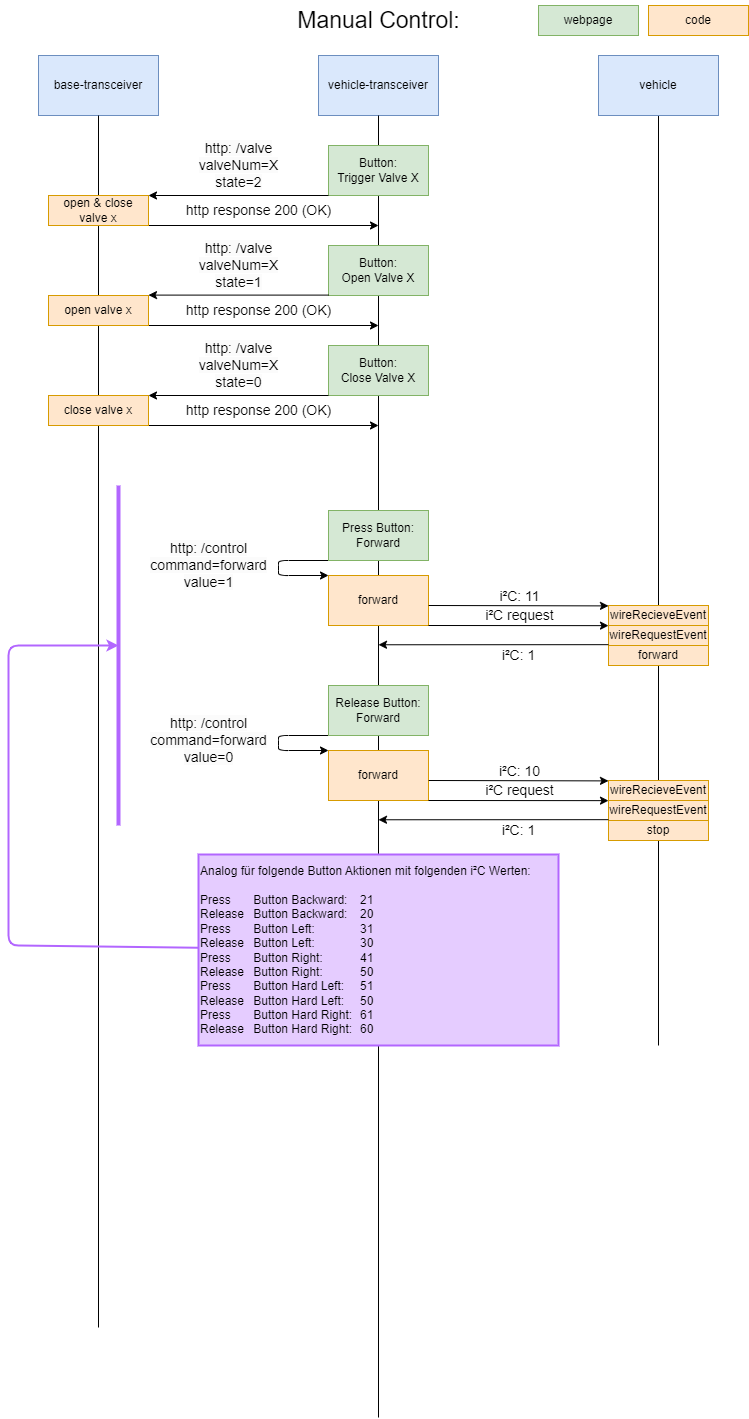
Before: blockdiagrams/SW/Communication_ManualMode.drawio.png, a diagram exported from draw.io (leonknauf/robotik-projekt-master-se). Source tidied: cells renumbered, new cells last; positions are measured from the earlier drawing's top-left corner, leaving out a move shared by most shapes.
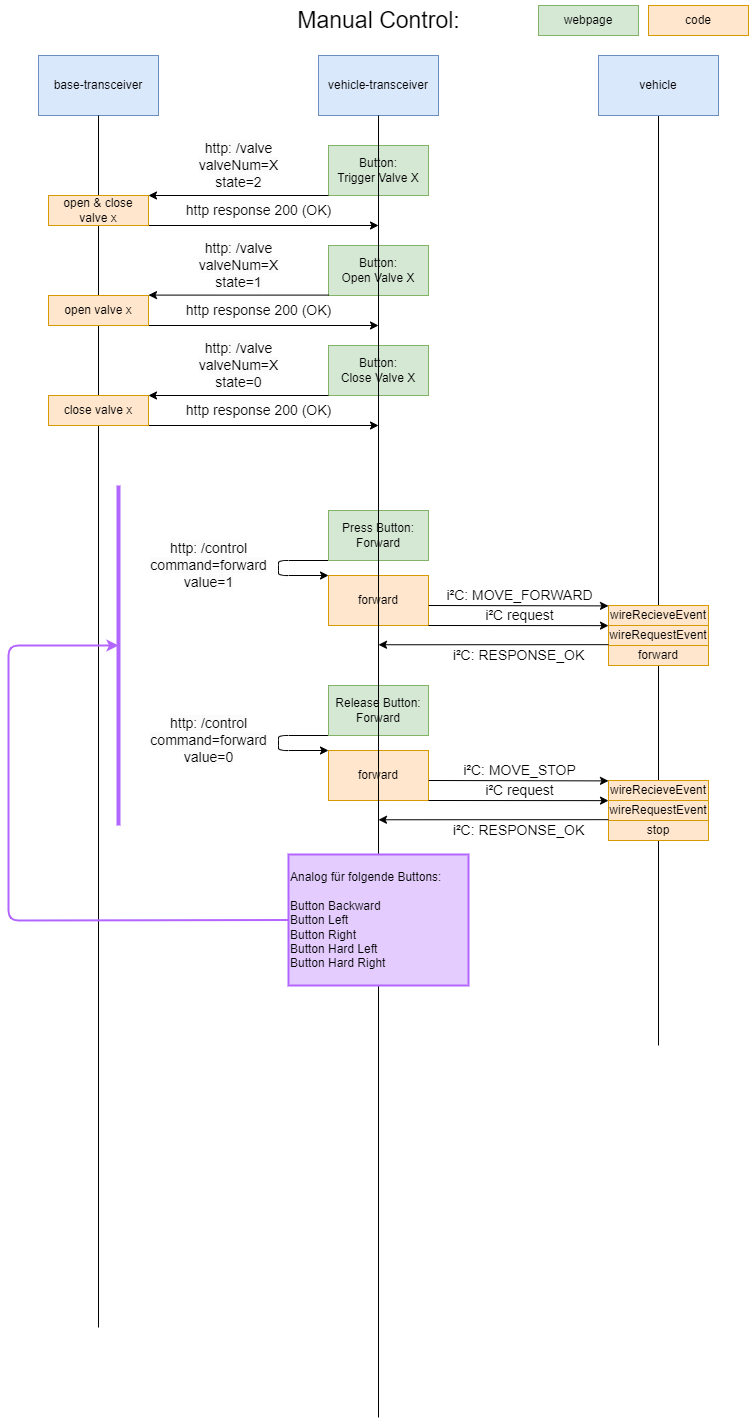
The same diagram one commit later.

What changed in the source:
```diff
@@ -24,7 +24,7 @@
         <mxPoint x="90" y="1327" as="targetPoint" />
       </mxGeometry>
     </mxCell>
-    <mxCell id="8" style="edgeStyle=none;html=1;fontSize=23;endArrow=none;endFill=0;" parent="1" edge="1" source="2">
+    <mxCell id="8" style="edgeStyle=none;html=1;fontSize=23;endArrow=none;endFill=0;startArrow=none;" parent="1" edge="1" source="49">
       <mxGeometry relative="1" as="geometry">
         <mxPoint x="370" y="1417" as="targetPoint" />
       </mxGeometry>
@@ -119,7 +119,7 @@
         <mxPoint x="600" y="605.4" as="targetPoint" />
       </mxGeometry>
     </mxCell>
-    <mxCell id="28" value="i²C: 11" style="edgeLabel;html=1;align=center;verticalAlign=middle;fontSize=14;fontColor=none;" parent="27" vertex="1">
+    <mxCell id="28" value="i²C: MOVE_FORWARD" style="edgeLabel;html=1;align=center;verticalAlign=middle;fontSize=14;fontColor=none;" parent="27" vertex="1">
       <mxGeometry x="-0.12" y="2" relative="1" as="geometry">
         <mxPoint x="11" y="-8" as="offset" />
       </mxGeometry>
@@ -139,7 +139,7 @@
         <mxPoint x="370" y="644.3" as="targetPoint" />
       </mxGeometry>
     </mxCell>
-    <mxCell id="33" value="i²C: 1" style="edgeLabel;html=1;align=center;verticalAlign=middle;fontSize=14;fontColor=none;" parent="32" vertex="1">
+    <mxCell id="33" value="i²C: RESPONSE_OK" style="edgeLabel;html=1;align=center;verticalAlign=middle;fontSize=14;fontColor=none;" parent="32" vertex="1">
       <mxGeometry x="-0.09" relative="1" as="geometry">
         <mxPoint x="15" y="10" as="offset" />
       </mxGeometry>
@@ -176,7 +176,7 @@
         <mxPoint x="600" y="780.4" as="targetPoint" />
       </mxGeometry>
     </mxCell>
-    <mxCell id="40" value="i²C: 10" style="edgeLabel;html=1;align=center;verticalAlign=middle;fontSize=14;fontColor=none;" parent="39" vertex="1">
+    <mxCell id="40" value="i²C: MOVE_STOP" style="edgeLabel;html=1;align=center;verticalAlign=middle;fontSize=14;fontColor=none;" parent="39" vertex="1">
       <mxGeometry x="-0.12" y="2" relative="1" as="geometry">
         <mxPoint x="11" y="-8" as="offset" />
       </mxGeometry>
@@ -196,7 +196,7 @@
         <mxPoint x="370" y="819.3" as="targetPoint" />
       </mxGeometry>
     </mxCell>
-    <mxCell id="45" value="i²C: 1" style="edgeLabel;html=1;align=center;verticalAlign=middle;fontSize=14;fontColor=none;" parent="44" vertex="1">
+    <mxCell id="45" value="i²C: RESPONSE_OK" style="edgeLabel;html=1;align=center;verticalAlign=middle;fontSize=14;fontColor=none;" parent="44" vertex="1">
       <mxGeometry x="-0.09" relative="1" as="geometry">
         <mxPoint x="15" y="10" as="offset" />
       </mxGeometry>
@@ -216,15 +216,12 @@
       <mxGeometry relative="1" as="geometry">
         <mxPoint x="110" y="645" as="targetPoint" />
         <Array as="points">
-          <mxPoint y="945" />
+          <mxPoint y="920" />
           <mxPoint y="765" />
           <mxPoint y="645" />
         </Array>
       </mxGeometry>
     </mxCell>
-    <mxCell id="49" value="Analog für folgende Button Aktionen mit folgenden i²C Werten:&lt;br&gt;&lt;br&gt;Press&lt;span style=&quot;white-space: pre;&quot;&gt;&#9;&lt;/span&gt;Button Backward:&lt;span style=&quot;white-space: pre;&quot;&gt;&#9;&lt;/span&gt;21&lt;br&gt;Release&lt;span style=&quot;white-space: pre;&quot;&gt;&#9;&lt;/span&gt;Button Backward:&lt;span style=&quot;white-space: pre;&quot;&gt;&#9;&lt;/span&gt;20&lt;br&gt;Press&lt;span style=&quot;white-space: pre;&quot;&gt;&#9;&lt;/span&gt;Button Left:&lt;span style=&quot;border-color: var(--border-color);&quot;&gt;&#9;&lt;span style=&quot;white-space: pre;&quot;&gt;&#9;&lt;span style=&quot;white-space: pre;&quot;&gt;&#9;&lt;/span&gt;&lt;/span&gt;3&lt;/span&gt;1&lt;br style=&quot;border-color: var(--border-color);&quot;&gt;Release&lt;span style=&quot;white-space: pre;&quot;&gt;&#9;&lt;/span&gt;Button Left:&lt;span style=&quot;border-color: var(--border-color);&quot;&gt;&#9;&lt;span style=&quot;white-space: pre;&quot;&gt;&#9;&lt;span style=&quot;white-space: pre;&quot;&gt;&#9;&lt;/span&gt;&lt;/span&gt;3&lt;/span&gt;0&lt;br&gt;Press&lt;span style=&quot;white-space: pre;&quot;&gt;&#9;&lt;/span&gt;Button Right:&lt;span style=&quot;border-color: var(--border-color);&quot;&gt;&#9;&lt;span style=&quot;white-space: pre;&quot;&gt;&#9;&lt;span style=&quot;white-space: pre;&quot;&gt;&#9;&lt;/span&gt;&lt;/span&gt;4&lt;/span&gt;1&lt;br style=&quot;border-color: var(--border-color);&quot;&gt;Release&lt;span style=&quot;white-space: pre;&quot;&gt;&#9;&lt;/span&gt;Button Right:&lt;span style=&quot;border-color: var(--border-color);&quot;&gt;&#9;&lt;span style=&quot;white-space: pre;&quot;&gt;&#9;&lt;span style=&quot;white-space: pre;&quot;&gt;&#9;&lt;/span&gt;&lt;/span&gt;5&lt;/span&gt;0&lt;br&gt;Press&lt;span style=&quot;white-space: pre;&quot;&gt;&#9;&lt;/span&gt;Button Hard Left:&lt;span style=&quot;border-color: var(--border-color);&quot;&gt;&#9;&lt;span style=&quot;white-space: pre;&quot;&gt;&#9;&lt;/span&gt;5&lt;/span&gt;1&lt;br style=&quot;border-color: var(--border-color);&quot;&gt;Release&lt;span style=&quot;white-space: pre;&quot;&gt;&#9;&lt;/span&gt;Button Hard Left:&lt;span style=&quot;white-space: pre;&quot;&gt;&#9;&lt;/span&gt;50&lt;br&gt;Press&lt;span style=&quot;white-space: pre;&quot;&gt;&#9;&lt;/span&gt;Button Hard Right:&lt;span style=&quot;white-space: pre;&quot;&gt;&#9;&lt;/span&gt;61&lt;br style=&quot;border-color: var(--border-color);&quot;&gt;Release&lt;span style=&quot;white-space: pre;&quot;&gt;&#9;&lt;/span&gt;Button Hard&amp;nbsp;Right:&lt;span style=&quot;white-space: pre;&quot;&gt;&#9;&lt;/span&gt;60" style="whiteSpace=wrap;html=1;align=left;fillColor=#E5CCFF;strokeColor=#B266FF;strokeWidth=2;" parent="1" vertex="1">
-      <mxGeometry x="190" y="854" width="360" height="191" as="geometry" />
-    </mxCell>
     <mxCell id="50" style="edgeStyle=none;orthogonalLoop=1;jettySize=auto;html=1;strokeColor=#B266FF;strokeWidth=4;endArrow=none;endFill=0;" parent="1" edge="1">
       <mxGeometry relative="1" as="geometry">
         <mxPoint x="110" y="485" as="sourcePoint" />
@@ -237,5 +234,11 @@
     <mxCell id="52" value="code" style="rounded=0;whiteSpace=wrap;html=1;fillColor=#ffe6cc;strokeColor=#d79b00;" parent="1" vertex="1">
       <mxGeometry x="640" y="5" width="100" height="30" as="geometry" />
     </mxCell>
+    <mxCell id="53" style="edgeStyle=none;html=1;fontSize=23;endArrow=none;endFill=0;" parent="1" edge="1" source="2" target="49">
+      <mxGeometry relative="1" as="geometry" />
+    </mxCell>
+    <mxCell id="49" value="Analog für folgende Buttons:&lt;br&gt;&lt;br&gt;Button Backward&lt;br&gt;Button Left&lt;br style=&quot;border-color: var(--border-color);&quot;&gt;Button Right&lt;br style=&quot;border-color: var(--border-color);&quot;&gt;Button Hard Left&lt;br style=&quot;border-color: var(--border-color);&quot;&gt;Button Hard Right" style="whiteSpace=wrap;html=1;align=left;fillColor=#E5CCFF;strokeColor=#B266FF;strokeWidth=2;" parent="1" vertex="1">
+      <mxGeometry x="280" y="854" width="180" height="131" as="geometry" />
+    </mxCell>
   </root>
 </mxGraphModel>
```
